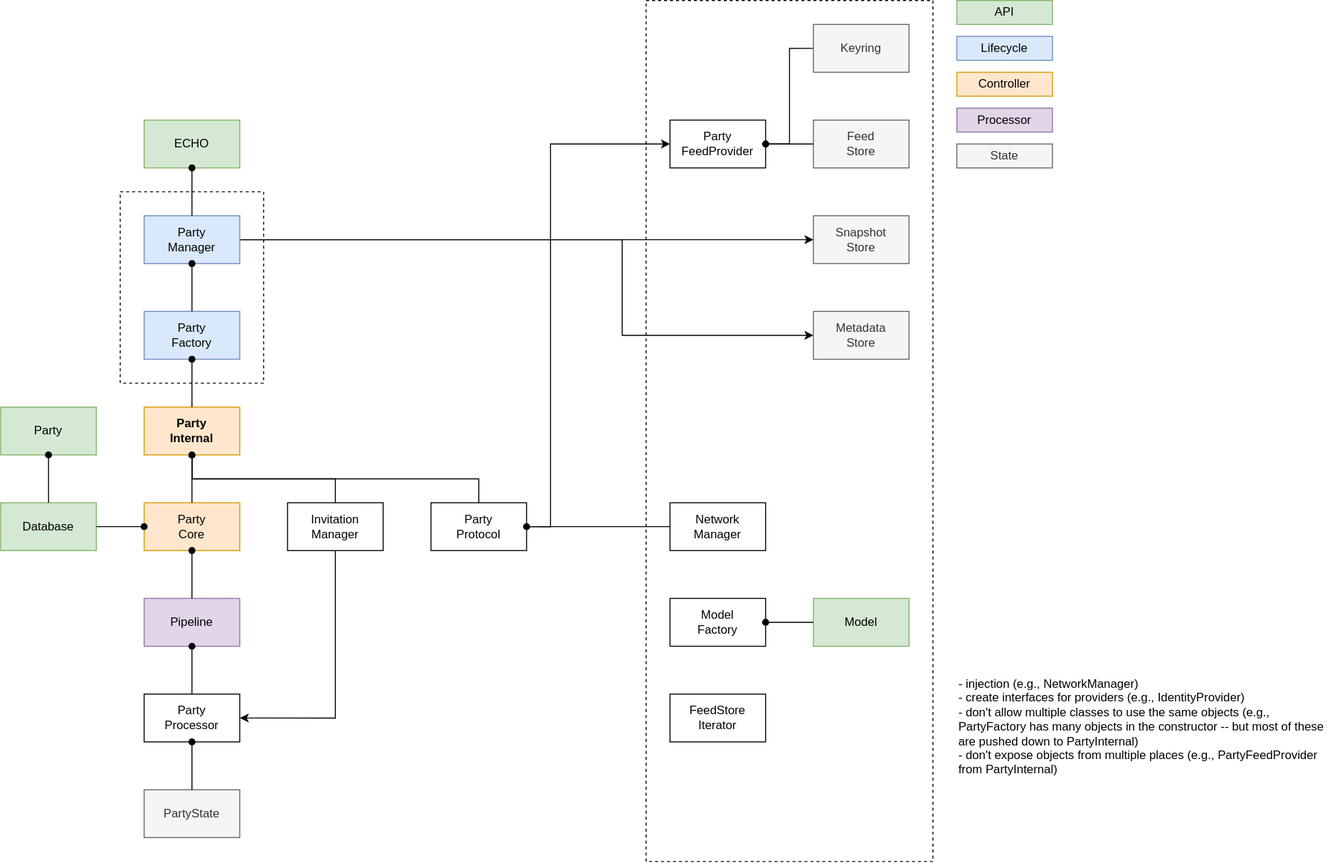
dxos/dxos keeps this draw.io diagram as docs/assets/diagrams/echo-db.drawio.svg. Above is the earlier version. Source tidied: cells renumbered, new cells last; positions are measured from the earlier drawing's top-left corner, leaving out a move shared by most shapes. The source it was exported from:
```xml
<mxGraphModel>
  <root>
    <mxCell id="0" />
    <mxCell id="1" parent="0" />
    <mxCell id="2" value="Party&lt;br&gt;Core" style="rounded=0;whiteSpace=wrap;html=1;fillColor=#ffe6cc;strokeColor=#d79b00;" parent="1" vertex="1">
      <mxGeometry x="144" y="504" width="96" height="48" as="geometry" />
    </mxCell>
    <mxCell id="3" value="Database" style="rounded=0;whiteSpace=wrap;html=1;fillColor=#d5e8d4;strokeColor=#82b366;" parent="1" vertex="1">
      <mxGeometry y="504" width="96" height="48" as="geometry" />
    </mxCell>
    <mxCell id="4" value="Snapshot&lt;br&gt;Store" style="rounded=0;whiteSpace=wrap;html=1;fillColor=#f5f5f5;fontColor=#333333;strokeColor=#666666;" parent="1" vertex="1">
      <mxGeometry x="816" y="216" width="96" height="48" as="geometry" />
    </mxCell>
    <mxCell id="5" value="Party&lt;br&gt;Processor" style="rounded=0;whiteSpace=wrap;html=1;" parent="1" vertex="1">
      <mxGeometry x="144" y="696" width="96" height="48" as="geometry" />
    </mxCell>
    <mxCell id="6" style="edgeStyle=orthogonalEdgeStyle;rounded=0;jettySize=auto;html=1;exitX=1;exitY=0.5;exitDx=0;exitDy=0;entryX=0;entryY=0.5;entryDx=0;entryDy=0;startArrow=oval;startFill=1;endArrow=none;endFill=0;" parent="1" edge="1" source="7" target="21">
      <mxGeometry relative="1" as="geometry" />
    </mxCell>
    <mxCell id="7" value="Party&lt;br&gt;FeedProvider" style="rounded=0;whiteSpace=wrap;html=1;" parent="1" vertex="1">
      <mxGeometry x="672" y="120" width="96" height="48" as="geometry" />
    </mxCell>
    <mxCell id="8" value="Pipeline" style="rounded=0;whiteSpace=wrap;html=1;fillColor=#e1d5e7;strokeColor=#9673a6;" parent="1" vertex="1">
      <mxGeometry x="144" y="600" width="96" height="48" as="geometry" />
    </mxCell>
    <mxCell id="9" value="Party" style="rounded=0;whiteSpace=wrap;html=1;fillColor=#d5e8d4;strokeColor=#82b366;" parent="1" vertex="1">
      <mxGeometry y="408" width="96" height="48" as="geometry" />
    </mxCell>
    <mxCell id="10" value="Party&lt;br&gt;Factory&lt;br&gt;" style="rounded=0;whiteSpace=wrap;html=1;fillColor=#dae8fc;strokeColor=#6c8ebf;" parent="1" vertex="1">
      <mxGeometry x="144" y="312" width="96" height="48" as="geometry" />
    </mxCell>
    <mxCell id="11" style="edgeStyle=orthogonalEdgeStyle;rounded=0;jettySize=auto;html=1;exitX=0.5;exitY=1;exitDx=0;exitDy=0;startArrow=oval;startFill=1;endArrow=none;endFill=0;" parent="1" edge="1" source="13" target="16">
      <mxGeometry relative="1" as="geometry" />
    </mxCell>
    <mxCell id="12" style="edgeStyle=orthogonalEdgeStyle;rounded=0;jettySize=auto;html=1;exitX=0.5;exitY=1;exitDx=0;exitDy=0;entryX=0.5;entryY=0;entryDx=0;entryDy=0;startArrow=oval;startFill=1;endArrow=none;endFill=0;" parent="1" edge="1" source="13" target="18">
      <mxGeometry relative="1" as="geometry" />
    </mxCell>
    <mxCell id="13" value="Party&lt;br&gt;Internal" style="rounded=0;whiteSpace=wrap;html=1;fontStyle=1;fillColor=#ffe6cc;strokeColor=#d79b00;" parent="1" vertex="1">
      <mxGeometry x="144" y="408" width="96" height="48" as="geometry" />
    </mxCell>
    <mxCell id="14" style="edgeStyle=orthogonalEdgeStyle;rounded=0;jettySize=auto;html=1;exitX=0.5;exitY=1;exitDx=0;exitDy=0;startArrow=oval;startFill=1;endArrow=none;endFill=0;" parent="1" edge="1" source="13" target="2">
      <mxGeometry relative="1" as="geometry" />
    </mxCell>
    <mxCell id="15" style="edgeStyle=orthogonalEdgeStyle;rounded=0;jettySize=auto;html=1;exitX=0.5;exitY=1;exitDx=0;exitDy=0;entryX=1;entryY=0.5;entryDx=0;entryDy=0;startArrow=none;startFill=0;endArrow=classic;endFill=1;" parent="1" edge="1" source="16" target="5">
      <mxGeometry relative="1" as="geometry" />
    </mxCell>
    <mxCell id="16" value="Invitation&lt;br&gt;Manager" style="rounded=0;whiteSpace=wrap;html=1;" parent="1" vertex="1">
      <mxGeometry x="288" y="504" width="96" height="48" as="geometry" />
    </mxCell>
    <mxCell id="17" style="edgeStyle=orthogonalEdgeStyle;rounded=0;jettySize=auto;html=1;exitX=1;exitY=0.5;exitDx=0;exitDy=0;entryX=0;entryY=0.5;entryDx=0;entryDy=0;startArrow=none;startFill=0;endArrow=classic;endFill=1;" parent="1" edge="1" source="18" target="7">
      <mxGeometry relative="1" as="geometry">
        <Array as="points">
          <mxPoint x="552" y="528" />
          <mxPoint x="552" y="144" />
        </Array>
      </mxGeometry>
    </mxCell>
    <mxCell id="18" value="Party&lt;br&gt;Protocol" style="rounded=0;whiteSpace=wrap;html=1;" parent="1" vertex="1">
      <mxGeometry x="432" y="504" width="96" height="48" as="geometry" />
    </mxCell>
    <mxCell id="19" value="Network&lt;br&gt;Manager" style="rounded=0;whiteSpace=wrap;html=1;" parent="1" vertex="1">
      <mxGeometry x="672" y="504" width="96" height="48" as="geometry" />
    </mxCell>
    <mxCell id="20" value="Metadata&lt;br&gt;Store" style="rounded=0;whiteSpace=wrap;html=1;fillColor=#f5f5f5;fontColor=#333333;strokeColor=#666666;" parent="1" vertex="1">
      <mxGeometry x="816" y="312" width="96" height="48" as="geometry" />
    </mxCell>
    <mxCell id="21" value="Keyring" style="rounded=0;whiteSpace=wrap;html=1;fillColor=#f5f5f5;fontColor=#333333;strokeColor=#666666;" parent="1" vertex="1">
      <mxGeometry x="816" y="24" width="96" height="48" as="geometry" />
    </mxCell>
    <mxCell id="22" value="Feed&lt;br&gt;Store" style="rounded=0;whiteSpace=wrap;html=1;fillColor=#f5f5f5;fontColor=#333333;strokeColor=#666666;" parent="1" vertex="1">
      <mxGeometry x="816" y="120" width="96" height="48" as="geometry" />
    </mxCell>
    <mxCell id="23" style="edgeStyle=orthogonalEdgeStyle;rounded=0;jettySize=auto;html=1;exitX=0.5;exitY=1;exitDx=0;exitDy=0;startArrow=oval;startFill=1;endArrow=none;endFill=0;" parent="1" edge="1" source="8" target="5">
      <mxGeometry relative="1" as="geometry" />
    </mxCell>
    <mxCell id="24" style="edgeStyle=orthogonalEdgeStyle;rounded=0;jettySize=auto;html=1;exitX=1;exitY=0.5;exitDx=0;exitDy=0;startArrow=oval;startFill=1;endArrow=none;endFill=0;" parent="1" edge="1" source="7" target="22">
      <mxGeometry relative="1" as="geometry" />
    </mxCell>
    <mxCell id="25" style="edgeStyle=orthogonalEdgeStyle;rounded=0;jettySize=auto;html=1;exitX=0.5;exitY=1;exitDx=0;exitDy=0;startArrow=oval;startFill=1;endArrow=none;endFill=0;" parent="1" edge="1" source="2" target="8">
      <mxGeometry relative="1" as="geometry" />
    </mxCell>
    <mxCell id="26" value="Model&lt;br&gt;Factory" style="rounded=0;whiteSpace=wrap;html=1;" parent="1" vertex="1">
      <mxGeometry x="672" y="600" width="96" height="48" as="geometry" />
    </mxCell>
    <mxCell id="27" value="PartyState" style="rounded=0;whiteSpace=wrap;html=1;fillColor=#f5f5f5;fontColor=#333333;strokeColor=#666666;" parent="1" vertex="1">
      <mxGeometry x="144" y="792" width="96" height="48" as="geometry" />
    </mxCell>
    <mxCell id="28" style="edgeStyle=orthogonalEdgeStyle;rounded=0;jettySize=auto;html=1;exitX=0.5;exitY=1;exitDx=0;exitDy=0;entryX=0.5;entryY=0;entryDx=0;entryDy=0;startArrow=oval;startFill=1;endArrow=none;endFill=0;" parent="1" edge="1" source="5" target="27">
      <mxGeometry relative="1" as="geometry" />
    </mxCell>
    <mxCell id="29" value="API" style="rounded=0;whiteSpace=wrap;html=1;fillColor=#d5e8d4;strokeColor=#82b366;" parent="1" vertex="1">
      <mxGeometry x="960" width="96" height="24" as="geometry" />
    </mxCell>
    <mxCell id="30" value="Lifecycle" style="rounded=0;whiteSpace=wrap;html=1;fillColor=#dae8fc;strokeColor=#6c8ebf;" parent="1" vertex="1">
      <mxGeometry x="960" y="36" width="96" height="24" as="geometry" />
    </mxCell>
    <mxCell id="31" value="Processor" style="rounded=0;whiteSpace=wrap;html=1;fillColor=#e1d5e7;strokeColor=#9673a6;" parent="1" vertex="1">
      <mxGeometry x="960" y="108" width="96" height="24" as="geometry" />
    </mxCell>
    <mxCell id="32" value="State" style="rounded=0;whiteSpace=wrap;html=1;fillColor=#f5f5f5;strokeColor=#666666;fontColor=#333333;" parent="1" vertex="1">
      <mxGeometry x="960" y="144" width="96" height="24" as="geometry" />
    </mxCell>
    <mxCell id="33" value="Model" style="rounded=0;whiteSpace=wrap;html=1;fillColor=#d5e8d4;strokeColor=#82b366;" parent="1" vertex="1">
      <mxGeometry x="816" y="600" width="96" height="48" as="geometry" />
    </mxCell>
    <mxCell id="34" style="edgeStyle=orthogonalEdgeStyle;rounded=0;jettySize=auto;html=1;exitX=1;exitY=0.5;exitDx=0;exitDy=0;startArrow=oval;startFill=1;endArrow=none;endFill=0;" parent="1" edge="1" source="26" target="33">
      <mxGeometry relative="1" as="geometry" />
    </mxCell>
    <mxCell id="35" style="edgeStyle=orthogonalEdgeStyle;rounded=0;jettySize=auto;html=1;startArrow=oval;startFill=1;endArrow=none;endFill=0;" parent="1" edge="1" source="10" target="13">
      <mxGeometry relative="1" as="geometry" />
    </mxCell>
    <mxCell id="36" style="edgeStyle=orthogonalEdgeStyle;rounded=0;jettySize=auto;html=1;exitX=1;exitY=0.5;exitDx=0;exitDy=0;startArrow=none;startFill=0;endArrow=classic;endFill=1;" parent="1" edge="1" source="38" target="4">
      <mxGeometry relative="1" as="geometry" />
    </mxCell>
    <mxCell id="37" style="edgeStyle=orthogonalEdgeStyle;rounded=0;jettySize=auto;html=1;exitX=1;exitY=0.5;exitDx=0;exitDy=0;entryX=0;entryY=0.5;entryDx=0;entryDy=0;startArrow=none;startFill=0;endArrow=classic;endFill=1;" parent="1" edge="1" source="38" target="20">
      <mxGeometry relative="1" as="geometry">
        <Array as="points">
          <mxPoint x="624" y="240" />
          <mxPoint x="624" y="336" />
        </Array>
      </mxGeometry>
    </mxCell>
    <mxCell id="38" value="Party&lt;br&gt;Manager" style="rounded=0;whiteSpace=wrap;html=1;fillColor=#dae8fc;strokeColor=#6c8ebf;" parent="1" vertex="1">
      <mxGeometry x="144" y="216" width="96" height="48" as="geometry" />
    </mxCell>
    <mxCell id="39" value="ECHO" style="rounded=0;whiteSpace=wrap;html=1;fillColor=#d5e8d4;strokeColor=#82b366;" parent="1" vertex="1">
      <mxGeometry x="144" y="120" width="96" height="48" as="geometry" />
    </mxCell>
    <mxCell id="40" style="edgeStyle=orthogonalEdgeStyle;rounded=0;jettySize=auto;html=1;startArrow=oval;startFill=1;endArrow=none;endFill=0;" parent="1" edge="1" source="39" target="38">
      <mxGeometry relative="1" as="geometry" />
    </mxCell>
    <mxCell id="41" style="edgeStyle=orthogonalEdgeStyle;rounded=0;jettySize=auto;html=1;startArrow=oval;startFill=1;endArrow=none;endFill=0;" parent="1" edge="1" source="38" target="10">
      <mxGeometry relative="1" as="geometry" />
    </mxCell>
    <mxCell id="42" style="edgeStyle=orthogonalEdgeStyle;rounded=0;jettySize=auto;html=1;startArrow=oval;startFill=1;endArrow=none;endFill=0;" parent="1" edge="1" source="2" target="3">
      <mxGeometry relative="1" as="geometry" />
    </mxCell>
    <mxCell id="43" style="edgeStyle=orthogonalEdgeStyle;rounded=0;jettySize=auto;html=1;exitX=0.5;exitY=1;exitDx=0;exitDy=0;startArrow=oval;startFill=1;endArrow=none;endFill=0;" parent="1" edge="1" source="9" target="3">
      <mxGeometry relative="1" as="geometry" />
    </mxCell>
    <mxCell id="44" style="edgeStyle=orthogonalEdgeStyle;rounded=0;jettySize=auto;html=1;exitX=1;exitY=0.5;exitDx=0;exitDy=0;startArrow=oval;startFill=1;endArrow=none;endFill=0;" parent="1" edge="1" source="18" target="19">
      <mxGeometry relative="1" as="geometry" />
    </mxCell>
    <mxCell id="45" value="- injection (e.g., NetworkManager)&lt;br&gt;- create interfaces for providers (e.g., IdentityProvider)&lt;br&gt;- don't allow multiple classes to use the same objects (e.g., PartyFactory has many objects in the constructor -- but most of these are pushed down to PartyInternal)&lt;br&gt;- don't expose objects from multiple places (e.g., PartyFeedProvider from PartyInternal)" style="rounded=0;whiteSpace=wrap;html=1;fillColor=none;align=left;verticalAlign=top;strokeColor=none;" parent="1" vertex="1">
      <mxGeometry x="960" y="672" width="384" height="192" as="geometry" />
    </mxCell>
    <mxCell id="46" value="Controller" style="rounded=0;whiteSpace=wrap;html=1;fillColor=#ffe6cc;strokeColor=#d79b00;" parent="1" vertex="1">
      <mxGeometry x="960" y="72" width="96" height="24" as="geometry" />
    </mxCell>
    <mxCell id="47" style="rounded=0;whiteSpace=wrap;html=1;dashed=1;fillColor=none;" parent="1" vertex="1">
      <mxGeometry x="120" y="192" width="144" height="192" as="geometry" />
    </mxCell>
    <mxCell id="48" value="FeedStore&lt;br&gt;Iterator" style="rounded=0;whiteSpace=wrap;html=1;" parent="1" vertex="1">
      <mxGeometry x="672" y="696" width="96" height="48" as="geometry" />
    </mxCell>
    <mxCell id="49" style="rounded=0;whiteSpace=wrap;html=1;dashed=1;fillColor=none;" parent="1" vertex="1">
      <mxGeometry x="648" width="288" height="864" as="geometry" />
    </mxCell>
  </root>
</mxGraphModel>
```
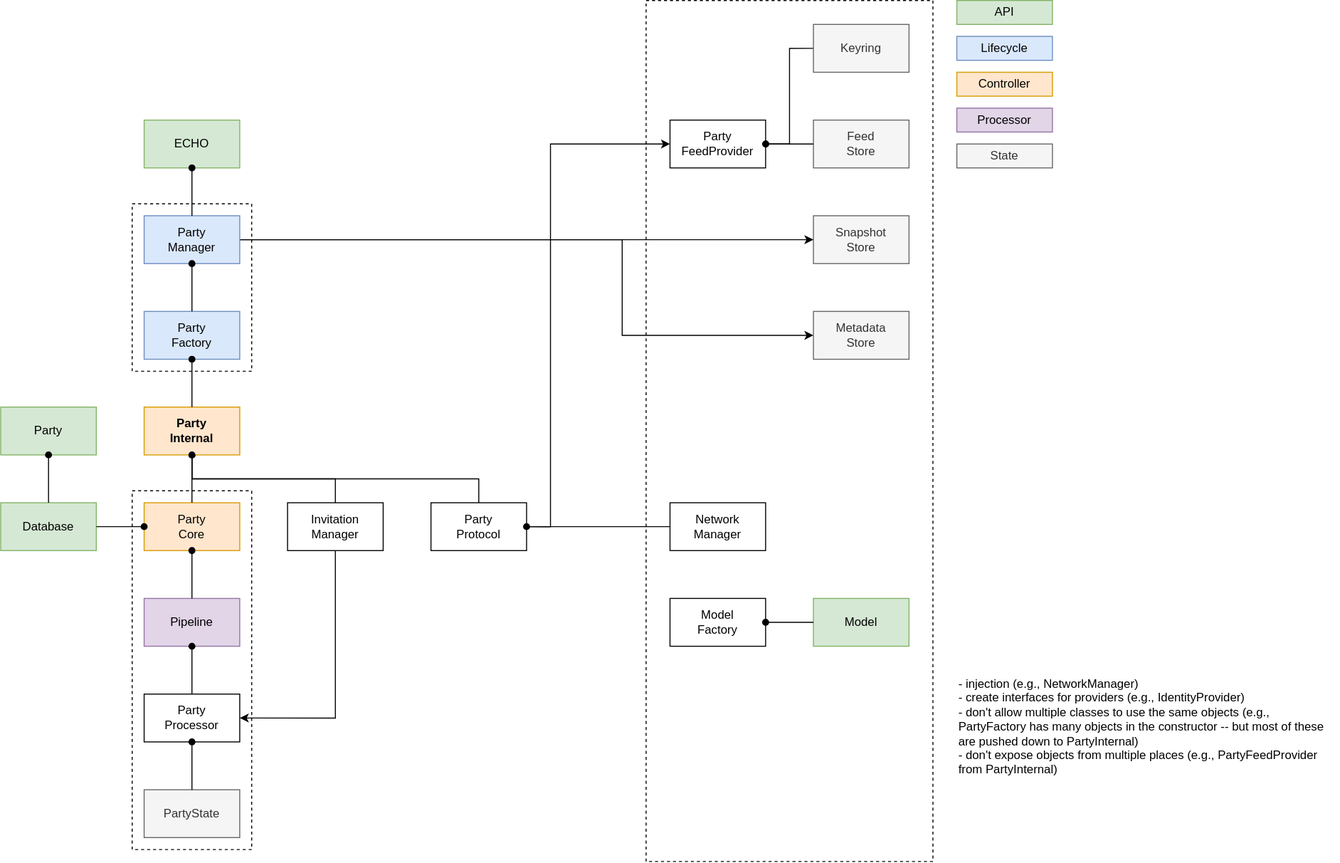
The same diagram one commit later.

Change to the diagram source:
```diff
@@ -148,13 +148,13 @@
       <mxGeometry x="960" y="72" width="96" height="24" as="geometry" />
     </mxCell>
     <mxCell id="47" style="rounded=0;whiteSpace=wrap;html=1;dashed=1;fillColor=none;" parent="1" vertex="1">
-      <mxGeometry x="120" y="192" width="144" height="192" as="geometry" />
+      <mxGeometry x="132" y="204" width="120" height="168" as="geometry" />
     </mxCell>
-    <mxCell id="48" value="FeedStore&lt;br&gt;Iterator" style="rounded=0;whiteSpace=wrap;html=1;" parent="1" vertex="1">
-      <mxGeometry x="672" y="696" width="96" height="48" as="geometry" />
-    </mxCell>
     <mxCell id="49" style="rounded=0;whiteSpace=wrap;html=1;dashed=1;fillColor=none;" parent="1" vertex="1">
       <mxGeometry x="648" width="288" height="864" as="geometry" />
     </mxCell>
+    <mxCell id="50" style="rounded=0;whiteSpace=wrap;html=1;dashed=1;fillColor=none;" parent="1" vertex="1">
+      <mxGeometry x="132" y="492" width="120" height="360" as="geometry" />
+    </mxCell>
   </root>
 </mxGraphModel>
```
